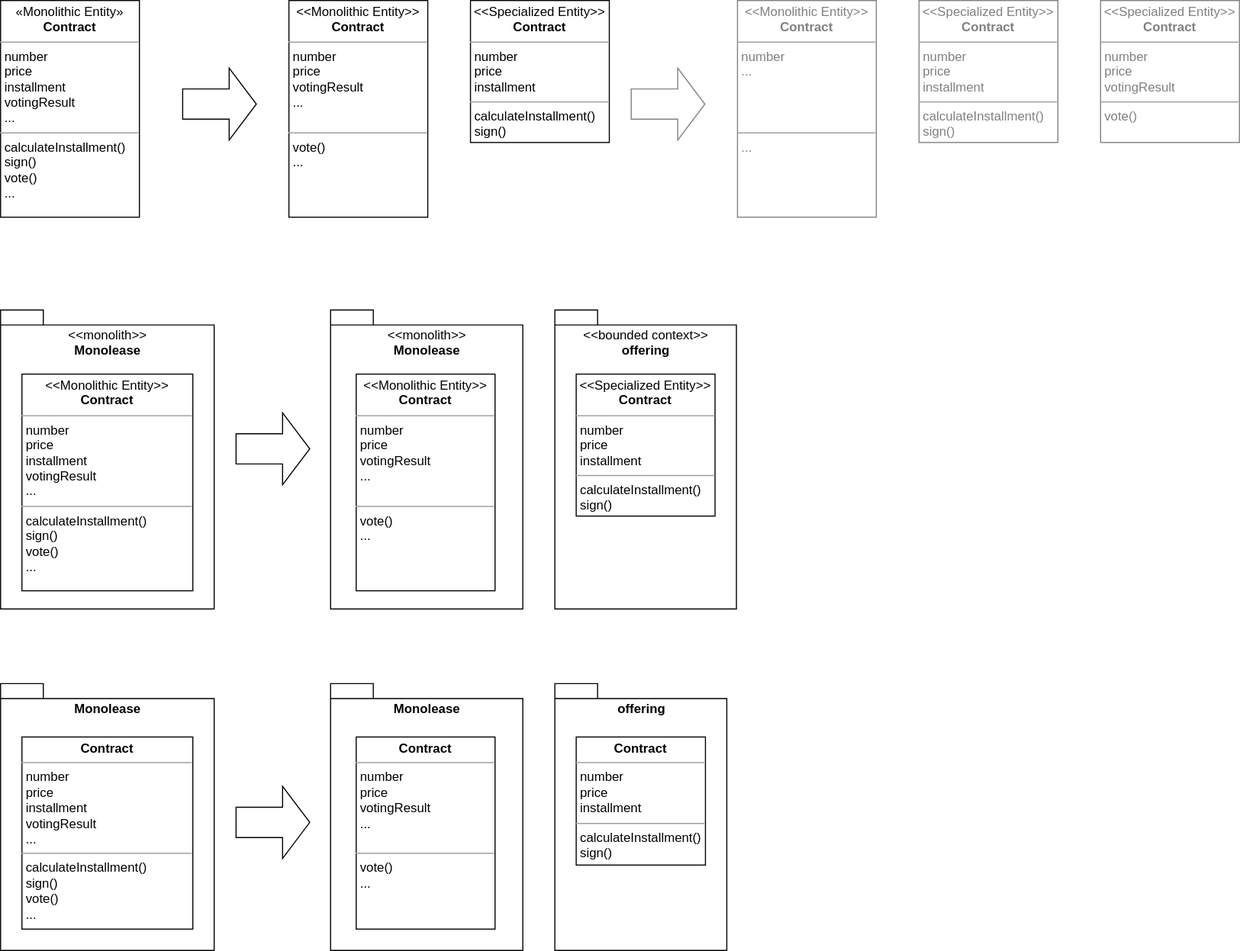
This is images/domain-driven-refactorings/tactical-for-strategic/extract-specialized-entity-2.drawio.svg from hschwentner/hschwentner.io, a draw.io export, as it was before one commit. Source tidied: cells renumbered, new cells last; positions are measured from the earlier drawing's top-left corner, leaving out a move shared by most shapes.
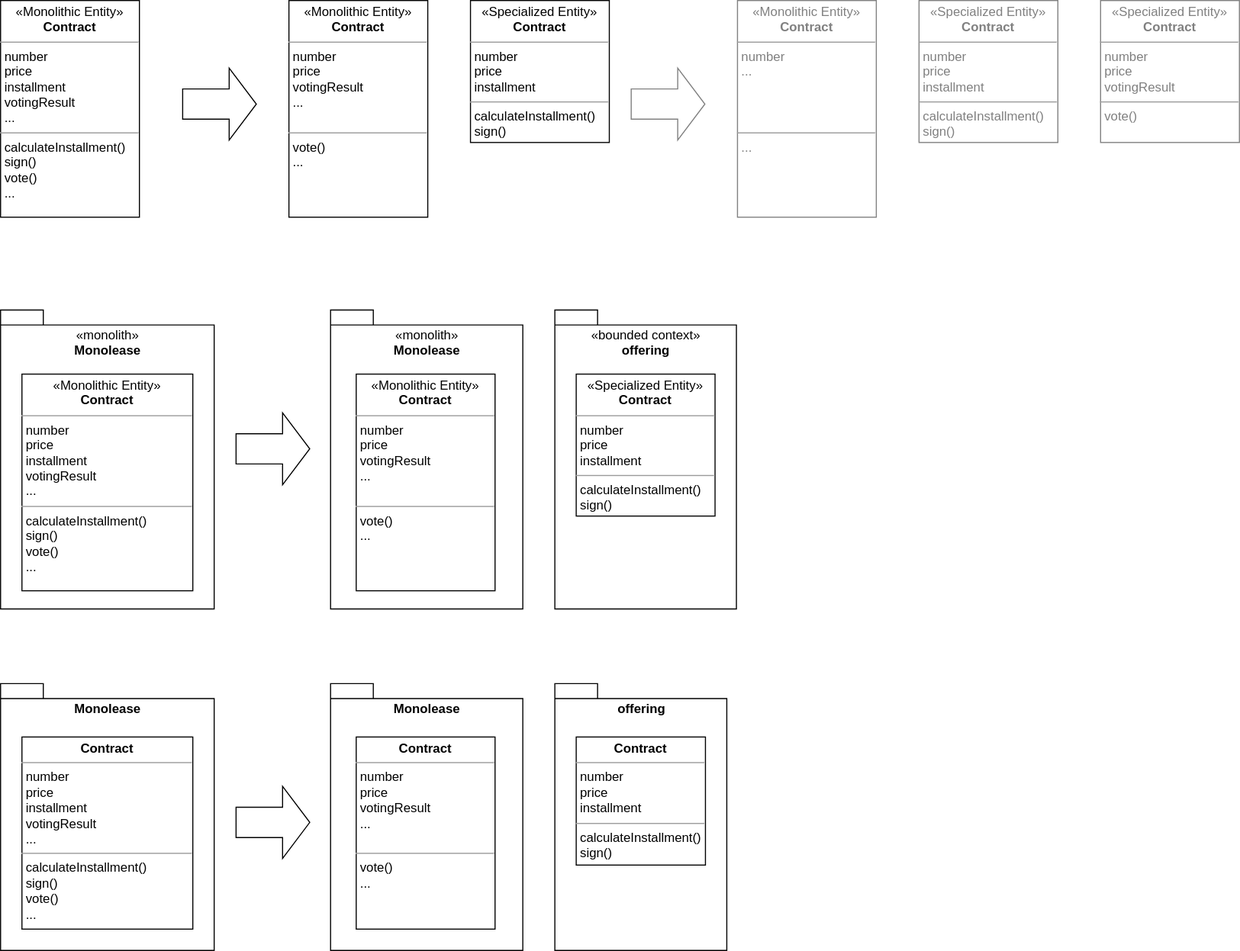
The same diagram one commit later.

What changed in the source:
```diff
@@ -11,10 +11,10 @@
         <mxPoint x="240" y="97" as="targetPoint" />
       </mxGeometry>
     </mxCell>
-    <mxCell id="4" value="&lt;p style=&quot;margin: 0px ; margin-top: 4px ; text-align: center&quot;&gt;&amp;lt;&amp;lt;Specialized Entity&amp;gt;&amp;gt;&lt;br&gt;&lt;b&gt;Contract&lt;/b&gt;&lt;/p&gt;&lt;hr size=&quot;1&quot;&gt;&lt;p style=&quot;margin: 0px ; margin-left: 4px&quot;&gt;number&lt;/p&gt;&lt;p style=&quot;margin: 0px ; margin-left: 4px&quot;&gt;price&lt;/p&gt;&lt;p style=&quot;margin: 0px ; margin-left: 4px&quot;&gt;installment&lt;/p&gt;&lt;hr size=&quot;1&quot;&gt;&lt;p style=&quot;margin: 0px 0px 0px 4px&quot;&gt;calculateInstallment()&lt;br&gt;&lt;/p&gt;&lt;p style=&quot;margin: 0px 0px 0px 4px&quot;&gt;sign()&lt;/p&gt;" style="verticalAlign=top;align=left;overflow=fill;fontSize=12;fontFamily=Helvetica;html=1;" parent="1" vertex="1">
+    <mxCell id="4" value="&lt;p style=&quot;margin: 0px ; margin-top: 4px ; text-align: center&quot;&gt;«Specialized Entity»&lt;br&gt;&lt;b&gt;Contract&lt;/b&gt;&lt;/p&gt;&lt;hr size=&quot;1&quot;&gt;&lt;p style=&quot;margin: 0px ; margin-left: 4px&quot;&gt;number&lt;/p&gt;&lt;p style=&quot;margin: 0px ; margin-left: 4px&quot;&gt;price&lt;/p&gt;&lt;p style=&quot;margin: 0px ; margin-left: 4px&quot;&gt;installment&lt;/p&gt;&lt;hr size=&quot;1&quot;&gt;&lt;p style=&quot;margin: 0px 0px 0px 4px&quot;&gt;calculateInstallment()&lt;br&gt;&lt;/p&gt;&lt;p style=&quot;margin: 0px 0px 0px 4px&quot;&gt;sign()&lt;/p&gt;" style="verticalAlign=top;align=left;overflow=fill;fontSize=12;fontFamily=Helvetica;html=1;" parent="1" vertex="1">
       <mxGeometry x="440" width="130" height="133" as="geometry" />
     </mxCell>
-    <mxCell id="5" value="&lt;p style=&quot;margin: 0px ; margin-top: 4px ; text-align: center&quot;&gt;&amp;lt;&amp;lt;Monolithic Entity&amp;gt;&amp;gt;&lt;br&gt;&lt;b&gt;Contract&lt;/b&gt;&lt;/p&gt;&lt;hr size=&quot;1&quot;&gt;&lt;p style=&quot;margin: 0px ; margin-left: 4px&quot;&gt;number&lt;/p&gt;&lt;p style=&quot;margin: 0px ; margin-left: 4px&quot;&gt;price&lt;/p&gt;&lt;p style=&quot;margin: 0px ; margin-left: 4px&quot;&gt;votingResult&lt;/p&gt;&lt;p style=&quot;margin: 0px ; margin-left: 4px&quot;&gt;...&lt;/p&gt;&lt;p style=&quot;margin: 0px ; margin-left: 4px&quot;&gt;&lt;br&gt;&lt;/p&gt;&lt;hr size=&quot;1&quot;&gt;&lt;p style=&quot;margin: 0px ; margin-left: 4px&quot;&gt;&lt;span&gt;vote()&lt;/span&gt;&lt;br&gt;&lt;/p&gt;&lt;p style=&quot;margin: 0px ; margin-left: 4px&quot;&gt;...&lt;/p&gt;" style="verticalAlign=top;align=left;overflow=fill;fontSize=12;fontFamily=Helvetica;html=1;" parent="1" vertex="1">
+    <mxCell id="5" value="&lt;p style=&quot;margin: 0px ; margin-top: 4px ; text-align: center&quot;&gt;«Monolithic Entity»&lt;br&gt;&lt;b&gt;Contract&lt;/b&gt;&lt;/p&gt;&lt;hr size=&quot;1&quot;&gt;&lt;p style=&quot;margin: 0px ; margin-left: 4px&quot;&gt;number&lt;/p&gt;&lt;p style=&quot;margin: 0px ; margin-left: 4px&quot;&gt;price&lt;/p&gt;&lt;p style=&quot;margin: 0px ; margin-left: 4px&quot;&gt;votingResult&lt;/p&gt;&lt;p style=&quot;margin: 0px ; margin-left: 4px&quot;&gt;...&lt;/p&gt;&lt;p style=&quot;margin: 0px ; margin-left: 4px&quot;&gt;&lt;br&gt;&lt;/p&gt;&lt;hr size=&quot;1&quot;&gt;&lt;p style=&quot;margin: 0px ; margin-left: 4px&quot;&gt;&lt;span&gt;vote()&lt;/span&gt;&lt;br&gt;&lt;/p&gt;&lt;p style=&quot;margin: 0px ; margin-left: 4px&quot;&gt;...&lt;/p&gt;" style="verticalAlign=top;align=left;overflow=fill;fontSize=12;fontFamily=Helvetica;html=1;" parent="1" vertex="1">
       <mxGeometry x="270" width="130" height="203" as="geometry" />
     </mxCell>
     <mxCell id="6" style="shape=flexArrow;endArrow=classic;html=1;rounded=0;endWidth=38.14814814814815;endSize=8.15;width=28.333333333333332;strokeColor=#808080;fontColor=#808080;" parent="1" edge="1">
@@ -23,31 +23,31 @@
         <mxPoint x="660" y="97" as="targetPoint" />
       </mxGeometry>
     </mxCell>
-    <mxCell id="7" value="&lt;p style=&quot;margin: 0px ; margin-top: 4px ; text-align: center&quot;&gt;&amp;lt;&amp;lt;Specialized Entity&amp;gt;&amp;gt;&lt;br&gt;&lt;b&gt;Contract&lt;/b&gt;&lt;/p&gt;&lt;hr size=&quot;1&quot;&gt;&lt;p style=&quot;margin: 0px ; margin-left: 4px&quot;&gt;number&lt;/p&gt;&lt;p style=&quot;margin: 0px ; margin-left: 4px&quot;&gt;price&lt;/p&gt;&lt;p style=&quot;margin: 0px ; margin-left: 4px&quot;&gt;installment&lt;/p&gt;&lt;hr size=&quot;1&quot;&gt;&lt;p style=&quot;margin: 0px 0px 0px 4px&quot;&gt;calculateInstallment()&lt;br&gt;&lt;/p&gt;&lt;p style=&quot;margin: 0px 0px 0px 4px&quot;&gt;sign()&lt;/p&gt;" style="verticalAlign=top;align=left;overflow=fill;fontSize=12;fontFamily=Helvetica;html=1;strokeColor=#808080;fontColor=#808080;" parent="1" vertex="1">
+    <mxCell id="7" value="&lt;p style=&quot;margin: 0px ; margin-top: 4px ; text-align: center&quot;&gt;«Specialized Entity»&lt;br&gt;&lt;b&gt;Contract&lt;/b&gt;&lt;/p&gt;&lt;hr size=&quot;1&quot;&gt;&lt;p style=&quot;margin: 0px ; margin-left: 4px&quot;&gt;number&lt;/p&gt;&lt;p style=&quot;margin: 0px ; margin-left: 4px&quot;&gt;price&lt;/p&gt;&lt;p style=&quot;margin: 0px ; margin-left: 4px&quot;&gt;installment&lt;/p&gt;&lt;hr size=&quot;1&quot;&gt;&lt;p style=&quot;margin: 0px 0px 0px 4px&quot;&gt;calculateInstallment()&lt;br&gt;&lt;/p&gt;&lt;p style=&quot;margin: 0px 0px 0px 4px&quot;&gt;sign()&lt;/p&gt;" style="verticalAlign=top;align=left;overflow=fill;fontSize=12;fontFamily=Helvetica;html=1;strokeColor=#808080;fontColor=#808080;" parent="1" vertex="1">
       <mxGeometry x="860" width="130" height="133" as="geometry" />
     </mxCell>
-    <mxCell id="8" value="&lt;p style=&quot;margin: 0px ; margin-top: 4px ; text-align: center&quot;&gt;&amp;lt;&amp;lt;Monolithic Entity&amp;gt;&amp;gt;&lt;br&gt;&lt;b&gt;Contract&lt;/b&gt;&lt;/p&gt;&lt;hr size=&quot;1&quot;&gt;&lt;p style=&quot;margin: 0px ; margin-left: 4px&quot;&gt;number&lt;/p&gt;&lt;p style=&quot;margin: 0px ; margin-left: 4px&quot;&gt;&lt;span&gt;...&lt;/span&gt;&lt;br&gt;&lt;/p&gt;&lt;p style=&quot;margin: 0px ; margin-left: 4px&quot;&gt;&lt;span&gt;&lt;br&gt;&lt;/span&gt;&lt;/p&gt;&lt;p style=&quot;margin: 0px ; margin-left: 4px&quot;&gt;&lt;span&gt;&lt;br&gt;&lt;/span&gt;&lt;/p&gt;&lt;p style=&quot;margin: 0px ; margin-left: 4px&quot;&gt;&lt;span&gt;&lt;br&gt;&lt;/span&gt;&lt;/p&gt;&lt;hr size=&quot;1&quot;&gt;&lt;p style=&quot;margin: 0px ; margin-left: 4px&quot;&gt;&lt;span&gt;...&lt;/span&gt;&lt;br&gt;&lt;/p&gt;" style="verticalAlign=top;align=left;overflow=fill;fontSize=12;fontFamily=Helvetica;html=1;strokeColor=#808080;fontColor=#808080;" parent="1" vertex="1">
+    <mxCell id="8" value="&lt;p style=&quot;margin: 0px ; margin-top: 4px ; text-align: center&quot;&gt;«Monolithic Entity»&lt;br&gt;&lt;b&gt;Contract&lt;/b&gt;&lt;/p&gt;&lt;hr size=&quot;1&quot;&gt;&lt;p style=&quot;margin: 0px ; margin-left: 4px&quot;&gt;number&lt;/p&gt;&lt;p style=&quot;margin: 0px ; margin-left: 4px&quot;&gt;&lt;span&gt;...&lt;/span&gt;&lt;br&gt;&lt;/p&gt;&lt;p style=&quot;margin: 0px ; margin-left: 4px&quot;&gt;&lt;span&gt;&lt;br&gt;&lt;/span&gt;&lt;/p&gt;&lt;p style=&quot;margin: 0px ; margin-left: 4px&quot;&gt;&lt;span&gt;&lt;br&gt;&lt;/span&gt;&lt;/p&gt;&lt;p style=&quot;margin: 0px ; margin-left: 4px&quot;&gt;&lt;span&gt;&lt;br&gt;&lt;/span&gt;&lt;/p&gt;&lt;hr size=&quot;1&quot;&gt;&lt;p style=&quot;margin: 0px ; margin-left: 4px&quot;&gt;&lt;span&gt;...&lt;/span&gt;&lt;br&gt;&lt;/p&gt;" style="verticalAlign=top;align=left;overflow=fill;fontSize=12;fontFamily=Helvetica;html=1;strokeColor=#808080;fontColor=#808080;" parent="1" vertex="1">
       <mxGeometry x="690" width="130" height="203" as="geometry" />
     </mxCell>
-    <mxCell id="9" value="&lt;p style=&quot;margin: 0px ; margin-top: 4px ; text-align: center&quot;&gt;&amp;lt;&amp;lt;Specialized Entity&amp;gt;&amp;gt;&lt;br&gt;&lt;b&gt;Contract&lt;/b&gt;&lt;/p&gt;&lt;hr size=&quot;1&quot;&gt;&lt;p style=&quot;margin: 0px ; margin-left: 4px&quot;&gt;number&lt;/p&gt;&lt;p style=&quot;margin: 0px ; margin-left: 4px&quot;&gt;price&lt;/p&gt;&lt;p style=&quot;margin: 0px ; margin-left: 4px&quot;&gt;votingResult&lt;/p&gt;&lt;hr size=&quot;1&quot;&gt;&lt;p style=&quot;margin: 0px 0px 0px 4px&quot;&gt;&lt;span&gt;vote()&lt;/span&gt;&lt;br&gt;&lt;/p&gt;" style="verticalAlign=top;align=left;overflow=fill;fontSize=12;fontFamily=Helvetica;html=1;strokeColor=#808080;fontColor=#808080;" parent="1" vertex="1">
+    <mxCell id="9" value="&lt;p style=&quot;margin: 0px ; margin-top: 4px ; text-align: center&quot;&gt;«Specialized Entity»&lt;br&gt;&lt;b&gt;Contract&lt;/b&gt;&lt;/p&gt;&lt;hr size=&quot;1&quot;&gt;&lt;p style=&quot;margin: 0px ; margin-left: 4px&quot;&gt;number&lt;/p&gt;&lt;p style=&quot;margin: 0px ; margin-left: 4px&quot;&gt;price&lt;/p&gt;&lt;p style=&quot;margin: 0px ; margin-left: 4px&quot;&gt;votingResult&lt;/p&gt;&lt;hr size=&quot;1&quot;&gt;&lt;p style=&quot;margin: 0px 0px 0px 4px&quot;&gt;&lt;span&gt;vote()&lt;/span&gt;&lt;br&gt;&lt;/p&gt;" style="verticalAlign=top;align=left;overflow=fill;fontSize=12;fontFamily=Helvetica;html=1;strokeColor=#808080;fontColor=#808080;" parent="1" vertex="1">
       <mxGeometry x="1030" width="130" height="133" as="geometry" />
     </mxCell>
-    <mxCell id="10" value="&lt;span style=&quot;font-weight: normal&quot;&gt;&amp;lt;&amp;lt;monolith&amp;gt;&amp;gt;&lt;br&gt;&lt;/span&gt;Monolease" style="shape=folder;fontStyle=1;spacingTop=10;tabWidth=40;tabHeight=14;tabPosition=left;html=1;verticalAlign=top;" parent="1" vertex="1">
+    <mxCell id="10" value="&lt;span style=&quot;font-weight: normal&quot;&gt;«monolith»&lt;br&gt;&lt;/span&gt;Monolease" style="shape=folder;fontStyle=1;spacingTop=10;tabWidth=40;tabHeight=14;tabPosition=left;html=1;verticalAlign=top;" parent="1" vertex="1">
       <mxGeometry y="290" width="200" height="280" as="geometry" />
     </mxCell>
-    <mxCell id="11" value="&lt;p style=&quot;margin: 0px ; margin-top: 4px ; text-align: center&quot;&gt;&amp;lt;&amp;lt;Monolithic Entity&amp;gt;&amp;gt;&lt;br&gt;&lt;b&gt;Contract&lt;/b&gt;&lt;/p&gt;&lt;hr size=&quot;1&quot;&gt;&lt;p style=&quot;margin: 0px ; margin-left: 4px&quot;&gt;number&lt;/p&gt;&lt;p style=&quot;margin: 0px ; margin-left: 4px&quot;&gt;price&lt;/p&gt;&lt;p style=&quot;margin: 0px 0px 0px 4px&quot;&gt;installment&lt;/p&gt;&lt;p style=&quot;margin: 0px ; margin-left: 4px&quot;&gt;votingResult&lt;/p&gt;&lt;p style=&quot;margin: 0px ; margin-left: 4px&quot;&gt;&lt;span&gt;...&lt;/span&gt;&lt;br&gt;&lt;/p&gt;&lt;hr size=&quot;1&quot;&gt;&lt;p style=&quot;margin: 0px ; margin-left: 4px&quot;&gt;&lt;span&gt;calculateInstallment()&lt;/span&gt;&lt;br&gt;&lt;/p&gt;&lt;p style=&quot;margin: 0px ; margin-left: 4px&quot;&gt;sign()&lt;/p&gt;&lt;p style=&quot;margin: 0px ; margin-left: 4px&quot;&gt;vote()&lt;/p&gt;&lt;p style=&quot;margin: 0px ; margin-left: 4px&quot;&gt;...&lt;/p&gt;" style="verticalAlign=top;align=left;overflow=fill;fontSize=12;fontFamily=Helvetica;html=1;" parent="1" vertex="1">
+    <mxCell id="11" value="&lt;p style=&quot;margin: 0px ; margin-top: 4px ; text-align: center&quot;&gt;«Monolithic Entity»&lt;br&gt;&lt;b&gt;Contract&lt;/b&gt;&lt;/p&gt;&lt;hr size=&quot;1&quot;&gt;&lt;p style=&quot;margin: 0px ; margin-left: 4px&quot;&gt;number&lt;/p&gt;&lt;p style=&quot;margin: 0px ; margin-left: 4px&quot;&gt;price&lt;/p&gt;&lt;p style=&quot;margin: 0px 0px 0px 4px&quot;&gt;installment&lt;/p&gt;&lt;p style=&quot;margin: 0px ; margin-left: 4px&quot;&gt;votingResult&lt;/p&gt;&lt;p style=&quot;margin: 0px ; margin-left: 4px&quot;&gt;&lt;span&gt;...&lt;/span&gt;&lt;br&gt;&lt;/p&gt;&lt;hr size=&quot;1&quot;&gt;&lt;p style=&quot;margin: 0px ; margin-left: 4px&quot;&gt;&lt;span&gt;calculateInstallment()&lt;/span&gt;&lt;br&gt;&lt;/p&gt;&lt;p style=&quot;margin: 0px ; margin-left: 4px&quot;&gt;sign()&lt;/p&gt;&lt;p style=&quot;margin: 0px ; margin-left: 4px&quot;&gt;vote()&lt;/p&gt;&lt;p style=&quot;margin: 0px ; margin-left: 4px&quot;&gt;...&lt;/p&gt;" style="verticalAlign=top;align=left;overflow=fill;fontSize=12;fontFamily=Helvetica;html=1;" parent="1" vertex="1">
       <mxGeometry x="20" y="350" width="160" height="203" as="geometry" />
     </mxCell>
-    <mxCell id="12" value="&lt;span style=&quot;font-weight: normal&quot;&gt;&amp;lt;&amp;lt;monolith&amp;gt;&amp;gt;&lt;br&gt;&lt;/span&gt;Monolease" style="shape=folder;fontStyle=1;spacingTop=10;tabWidth=40;tabHeight=14;tabPosition=left;html=1;verticalAlign=top;" parent="1" vertex="1">
+    <mxCell id="12" value="&lt;span style=&quot;font-weight: normal&quot;&gt;«monolith»&lt;br&gt;&lt;/span&gt;Monolease" style="shape=folder;fontStyle=1;spacingTop=10;tabWidth=40;tabHeight=14;tabPosition=left;html=1;verticalAlign=top;" parent="1" vertex="1">
       <mxGeometry x="309" y="290" width="180" height="280" as="geometry" />
     </mxCell>
-    <mxCell id="13" value="&lt;span style=&quot;font-weight: normal&quot;&gt;&amp;lt;&amp;lt;bounded context&amp;gt;&amp;gt;&lt;br&gt;&lt;/span&gt;offering" style="shape=folder;fontStyle=1;spacingTop=10;tabWidth=40;tabHeight=14;tabPosition=left;html=1;verticalAlign=top;" parent="1" vertex="1">
+    <mxCell id="13" value="&lt;span style=&quot;font-weight: normal&quot;&gt;«bounded context»&lt;br&gt;&lt;/span&gt;offering" style="shape=folder;fontStyle=1;spacingTop=10;tabWidth=40;tabHeight=14;tabPosition=left;html=1;verticalAlign=top;" parent="1" vertex="1">
       <mxGeometry x="519" y="290" width="170" height="280" as="geometry" />
     </mxCell>
-    <mxCell id="14" value="&lt;p style=&quot;margin: 0px ; margin-top: 4px ; text-align: center&quot;&gt;&amp;lt;&amp;lt;Monolithic Entity&amp;gt;&amp;gt;&lt;br&gt;&lt;b&gt;Contract&lt;/b&gt;&lt;/p&gt;&lt;hr size=&quot;1&quot;&gt;&lt;p style=&quot;margin: 0px ; margin-left: 4px&quot;&gt;number&lt;/p&gt;&lt;p style=&quot;margin: 0px ; margin-left: 4px&quot;&gt;price&lt;/p&gt;&lt;p style=&quot;margin: 0px ; margin-left: 4px&quot;&gt;votingResult&lt;/p&gt;&lt;p style=&quot;margin: 0px ; margin-left: 4px&quot;&gt;...&lt;/p&gt;&lt;p style=&quot;margin: 0px ; margin-left: 4px&quot;&gt;&lt;br&gt;&lt;/p&gt;&lt;hr size=&quot;1&quot;&gt;&lt;p style=&quot;margin: 0px ; margin-left: 4px&quot;&gt;&lt;span&gt;vote()&lt;/span&gt;&lt;br&gt;&lt;/p&gt;&lt;p style=&quot;margin: 0px ; margin-left: 4px&quot;&gt;...&lt;/p&gt;" style="verticalAlign=top;align=left;overflow=fill;fontSize=12;fontFamily=Helvetica;html=1;" parent="1" vertex="1">
+    <mxCell id="14" value="&lt;p style=&quot;margin: 0px ; margin-top: 4px ; text-align: center&quot;&gt;«Monolithic Entity»&lt;br&gt;&lt;b&gt;Contract&lt;/b&gt;&lt;/p&gt;&lt;hr size=&quot;1&quot;&gt;&lt;p style=&quot;margin: 0px ; margin-left: 4px&quot;&gt;number&lt;/p&gt;&lt;p style=&quot;margin: 0px ; margin-left: 4px&quot;&gt;price&lt;/p&gt;&lt;p style=&quot;margin: 0px ; margin-left: 4px&quot;&gt;votingResult&lt;/p&gt;&lt;p style=&quot;margin: 0px ; margin-left: 4px&quot;&gt;...&lt;/p&gt;&lt;p style=&quot;margin: 0px ; margin-left: 4px&quot;&gt;&lt;br&gt;&lt;/p&gt;&lt;hr size=&quot;1&quot;&gt;&lt;p style=&quot;margin: 0px ; margin-left: 4px&quot;&gt;&lt;span&gt;vote()&lt;/span&gt;&lt;br&gt;&lt;/p&gt;&lt;p style=&quot;margin: 0px ; margin-left: 4px&quot;&gt;...&lt;/p&gt;" style="verticalAlign=top;align=left;overflow=fill;fontSize=12;fontFamily=Helvetica;html=1;" parent="1" vertex="1">
       <mxGeometry x="333" y="350" width="130" height="203" as="geometry" />
     </mxCell>
-    <mxCell id="15" value="&lt;p style=&quot;margin: 0px ; margin-top: 4px ; text-align: center&quot;&gt;&amp;lt;&amp;lt;Specialized Entity&amp;gt;&amp;gt;&lt;br&gt;&lt;b&gt;Contract&lt;/b&gt;&lt;/p&gt;&lt;hr size=&quot;1&quot;&gt;&lt;p style=&quot;margin: 0px ; margin-left: 4px&quot;&gt;number&lt;/p&gt;&lt;p style=&quot;margin: 0px ; margin-left: 4px&quot;&gt;price&lt;/p&gt;&lt;p style=&quot;margin: 0px ; margin-left: 4px&quot;&gt;installment&lt;/p&gt;&lt;hr size=&quot;1&quot;&gt;&lt;p style=&quot;margin: 0px 0px 0px 4px&quot;&gt;calculateInstallment()&lt;br&gt;&lt;/p&gt;&lt;p style=&quot;margin: 0px 0px 0px 4px&quot;&gt;sign()&lt;/p&gt;" style="verticalAlign=top;align=left;overflow=fill;fontSize=12;fontFamily=Helvetica;html=1;" parent="1" vertex="1">
+    <mxCell id="15" value="&lt;p style=&quot;margin: 0px ; margin-top: 4px ; text-align: center&quot;&gt;«Specialized Entity»&lt;br&gt;&lt;b&gt;Contract&lt;/b&gt;&lt;/p&gt;&lt;hr size=&quot;1&quot;&gt;&lt;p style=&quot;margin: 0px ; margin-left: 4px&quot;&gt;number&lt;/p&gt;&lt;p style=&quot;margin: 0px ; margin-left: 4px&quot;&gt;price&lt;/p&gt;&lt;p style=&quot;margin: 0px ; margin-left: 4px&quot;&gt;installment&lt;/p&gt;&lt;hr size=&quot;1&quot;&gt;&lt;p style=&quot;margin: 0px 0px 0px 4px&quot;&gt;calculateInstallment()&lt;br&gt;&lt;/p&gt;&lt;p style=&quot;margin: 0px 0px 0px 4px&quot;&gt;sign()&lt;/p&gt;" style="verticalAlign=top;align=left;overflow=fill;fontSize=12;fontFamily=Helvetica;html=1;" parent="1" vertex="1">
       <mxGeometry x="539" y="350" width="130" height="133" as="geometry" />
     </mxCell>
     <mxCell id="16" style="shape=flexArrow;endArrow=classic;html=1;rounded=0;endWidth=38.14814814814815;endSize=8.15;width=28.333333333333332;" parent="1" edge="1">
```
